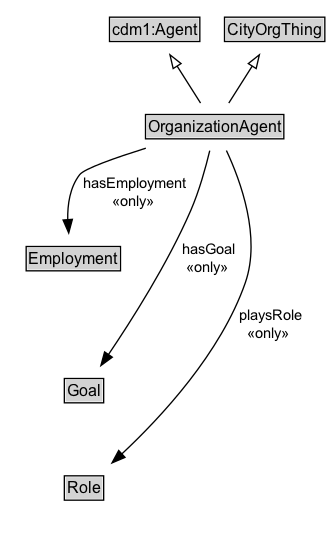
Before: docs/diagrams/OrganizationAgent.dot.png, a diagram exported from Graphviz (ISO-TC204/ontology-cdm-p2-v1). Its source is kept beside it as docs/diagrams/OrganizationAgent.dot. The source it was exported from:
```dot
digraph {
	graph [overlap=false rankdir=TB splines=true]
	node [fontname=Arial fontsize=12 margin=0 shape=none]
	edge [fontname=Arial fontsize=11]
	{
		rank=max
		OrganizationAgent [label=<<TABLE BORDER="1" CELLBORDER="0" CELLSPACING="0" CELLPADDING="1"><TR><TD BGCOLOR="lightgray" ALIGN="CENTER" PORT="e">OrganizationAgent</TD></TR></TABLE>> URL="../OrganizationAgent.md" margin=0]
	}
	subgraph cluster_associated {
		label="" style=invis
		Invis [label=<<TABLE BORDER="0" CELLBORDER="0" CELLSPACING="0" CELLPADDING="1"><TR><TD></TD></TR></TABLE>> margin=0 style=invis]
		Employment [label=<<TABLE BORDER="1" CELLBORDER="0" CELLSPACING="0" CELLPADDING="1"><TR><TD BGCOLOR="lightgray" ALIGN="CENTER">Employment</TD></TR></TABLE>> URL="../Employment.md" margin=0]
		Goal [label=<<TABLE BORDER="1" CELLBORDER="0" CELLSPACING="0" CELLPADDING="1"><TR><TD BGCOLOR="lightgray" ALIGN="CENTER">Goal</TD></TR></TABLE>> URL="../Goal.md" margin=0]
		Role [label=<<TABLE BORDER="1" CELLBORDER="0" CELLSPACING="0" CELLPADDING="1"><TR><TD BGCOLOR="lightgray" ALIGN="CENTER">Role</TD></TR></TABLE>> URL="../Role.md" margin=0]
	}
	cdm1_Agent [label=<<TABLE BORDER="1" CELLBORDER="0" CELLSPACING="0" CELLPADDING="1"><TR><TD BGCOLOR="lightgray" ALIGN="CENTER">cdm1:Agent</TD></TR></TABLE>> margin=0]
	OrganizationAgent -> cdm1_Agent [arrowhead=onormal style=solid]
	CityOrgThing [label=<<TABLE BORDER="1" CELLBORDER="0" CELLSPACING="0" CELLPADDING="1"><TR><TD BGCOLOR="lightgray" ALIGN="CENTER">CityOrgThing</TD></TR></TABLE>> URL="../CityOrgThing.md" margin=0]
	OrganizationAgent -> CityOrgThing [arrowhead=onormal style=solid]
	OrganizationAgent -> Invis [style=invis]
	Invis -> Employment [style=invis]
	Employment -> Goal [style=invis]
	Goal -> Role [style=invis]
	OrganizationAgent -> Employment [label=" hasEmployment
 «only»  " arrowhead=normal style=solid]
	OrganizationAgent -> Goal [label=" hasGoal
 «only»  " arrowhead=normal style=solid]
	OrganizationAgent -> Role [label=" playsRole
 «only»  " arrowhead=normal style=solid]
}
```
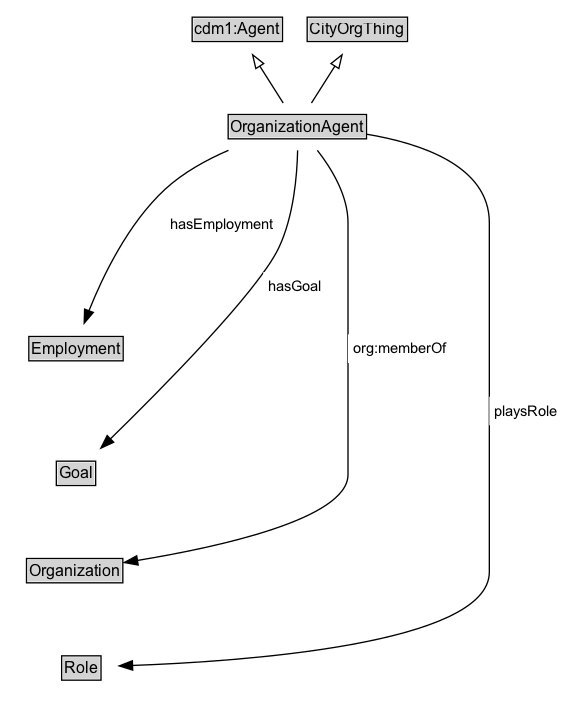
The same diagram one commit later.

The edit, as a diff of the source:
```diff
@@ -3,28 +3,35 @@
 	node [fontname=Arial fontsize=12 margin=0 shape=none]
 	edge [fontname=Arial fontsize=11]
 	{
+		rank=source
+		cdm1_Agent [label=<<TABLE BORDER="1" CELLBORDER="0" CELLSPACING="0" CELLPADDING="1"><TR><TD BGCOLOR="lightgray" ALIGN="CENTER">cdm1:Agent</TD></TR></TABLE>> URL="https://w3id.org/citydata/part1/v1/Agent" margin=0]
+		CityOrgThing [label=<<TABLE BORDER="1" CELLBORDER="0" CELLSPACING="0" CELLPADDING="1"><TR><TD BGCOLOR="lightgray" ALIGN="CENTER">CityOrgThing</TD></TR></TABLE>> URL="../CityOrgThing" margin=0]
+	}
+	OrganizationAgent [label=<<TABLE BORDER="1" CELLBORDER="0" CELLSPACING="0" CELLPADDING="1"><TR><TD BGCOLOR="lightgray" ALIGN="CENTER">OrganizationAgent</TD></TR></TABLE>> URL="../OrganizationAgent" margin=0]
+	{
 		rank=max
-		OrganizationAgent [label=<<TABLE BORDER="1" CELLBORDER="0" CELLSPACING="0" CELLPADDING="1"><TR><TD BGCOLOR="lightgray" ALIGN="CENTER" PORT="e">OrganizationAgent</TD></TR></TABLE>> URL="../OrganizationAgent.md" margin=0]
 	}
 	subgraph cluster_associated {
 		label="" style=invis
 		Invis [label=<<TABLE BORDER="0" CELLBORDER="0" CELLSPACING="0" CELLPADDING="1"><TR><TD></TD></TR></TABLE>> margin=0 style=invis]
-		Employment [label=<<TABLE BORDER="1" CELLBORDER="0" CELLSPACING="0" CELLPADDING="1"><TR><TD BGCOLOR="lightgray" ALIGN="CENTER">Employment</TD></TR></TABLE>> URL="../Employment.md" margin=0]
-		Goal [label=<<TABLE BORDER="1" CELLBORDER="0" CELLSPACING="0" CELLPADDING="1"><TR><TD BGCOLOR="lightgray" ALIGN="CENTER">Goal</TD></TR></TABLE>> URL="../Goal.md" margin=0]
-		Role [label=<<TABLE BORDER="1" CELLBORDER="0" CELLSPACING="0" CELLPADDING="1"><TR><TD BGCOLOR="lightgray" ALIGN="CENTER">Role</TD></TR></TABLE>> URL="../Role.md" margin=0]
+		Employment [label=<<TABLE BORDER="1" CELLBORDER="0" CELLSPACING="0" CELLPADDING="1"><TR><TD BGCOLOR="lightgray" ALIGN="CENTER">Employment</TD></TR></TABLE>> URL="../Employment" margin=0]
+		Goal [label=<<TABLE BORDER="1" CELLBORDER="0" CELLSPACING="0" CELLPADDING="1"><TR><TD BGCOLOR="lightgray" ALIGN="CENTER">Goal</TD></TR></TABLE>> URL="../Goal" margin=0]
+		Organization [label=<<TABLE BORDER="1" CELLBORDER="0" CELLSPACING="0" CELLPADDING="1"><TR><TD BGCOLOR="lightgray" ALIGN="CENTER">Organization</TD></TR></TABLE>> URL="../Organization" margin=0]
+		Role [label=<<TABLE BORDER="1" CELLBORDER="0" CELLSPACING="0" CELLPADDING="1"><TR><TD BGCOLOR="lightgray" ALIGN="CENTER">Role</TD></TR></TABLE>> URL="../Role" margin=0]
 	}
-	cdm1_Agent [label=<<TABLE BORDER="1" CELLBORDER="0" CELLSPACING="0" CELLPADDING="1"><TR><TD BGCOLOR="lightgray" ALIGN="CENTER">cdm1:Agent</TD></TR></TABLE>> margin=0]
 	OrganizationAgent -> cdm1_Agent [arrowhead=onormal style=solid]
-	CityOrgThing [label=<<TABLE BORDER="1" CELLBORDER="0" CELLSPACING="0" CELLPADDING="1"><TR><TD BGCOLOR="lightgray" ALIGN="CENTER">CityOrgThing</TD></TR></TABLE>> URL="../CityOrgThing.md" margin=0]
 	OrganizationAgent -> CityOrgThing [arrowhead=onormal style=solid]
 	OrganizationAgent -> Invis [style=invis]
 	Invis -> Employment [style=invis]
 	Employment -> Goal [style=invis]
-	Goal -> Role [style=invis]
-	OrganizationAgent -> Employment [label=" hasEmployment
- «only»  " arrowhead=normal style=solid]
-	OrganizationAgent -> Goal [label=" hasGoal
- «only»  " arrowhead=normal style=solid]
-	OrganizationAgent -> Role [label=" playsRole
- «only»  " arrowhead=normal style=solid]
+	Goal -> Organization [style=invis]
+	Organization -> Role [style=invis]
+	Role [label=<<TABLE BORDER="1" CELLBORDER="0" CELLSPACING="0" CELLPADDING="1"><TR><TD BGCOLOR="lightgray" ALIGN="CENTER">Role</TD></TR></TABLE>> URL="../Role" margin=0]
+	OrganizationAgent -> Role [label=<<TABLE BORDER="0" CELLBORDER="0" CELLSPACING="0" CELLPADDING="4" BGCOLOR="white"><TR><TD ALIGN="CENTER">playsRole</TD></TR></TABLE>> arrowhead=normal style=solid]
+	Goal [label=<<TABLE BORDER="1" CELLBORDER="0" CELLSPACING="0" CELLPADDING="1"><TR><TD BGCOLOR="lightgray" ALIGN="CENTER">Goal</TD></TR></TABLE>> URL="../Goal" margin=0]
+	OrganizationAgent -> Goal [label=<<TABLE BORDER="0" CELLBORDER="0" CELLSPACING="0" CELLPADDING="4" BGCOLOR="white"><TR><TD ALIGN="CENTER">hasGoal</TD></TR></TABLE>> arrowhead=normal style=solid]
+	Organization [label=<<TABLE BORDER="1" CELLBORDER="0" CELLSPACING="0" CELLPADDING="1"><TR><TD BGCOLOR="lightgray" ALIGN="CENTER">Organization</TD></TR></TABLE>> URL="../Organization" margin=0]
+	OrganizationAgent -> Organization [label=<<TABLE BORDER="0" CELLBORDER="0" CELLSPACING="0" CELLPADDING="4" BGCOLOR="white"><TR><TD ALIGN="CENTER">org:memberOf</TD></TR></TABLE>> arrowhead=normal style=solid]
+	Employment [label=<<TABLE BORDER="1" CELLBORDER="0" CELLSPACING="0" CELLPADDING="1"><TR><TD BGCOLOR="lightgray" ALIGN="CENTER">Employment</TD></TR></TABLE>> URL="../Employment" margin=0]
+	OrganizationAgent -> Employment [label=<<TABLE BORDER="0" CELLBORDER="0" CELLSPACING="0" CELLPADDING="4" BGCOLOR="white"><TR><TD ALIGN="CENTER">hasEmployment</TD></TR></TABLE>> arrowhead=normal style=solid]
 }
```
